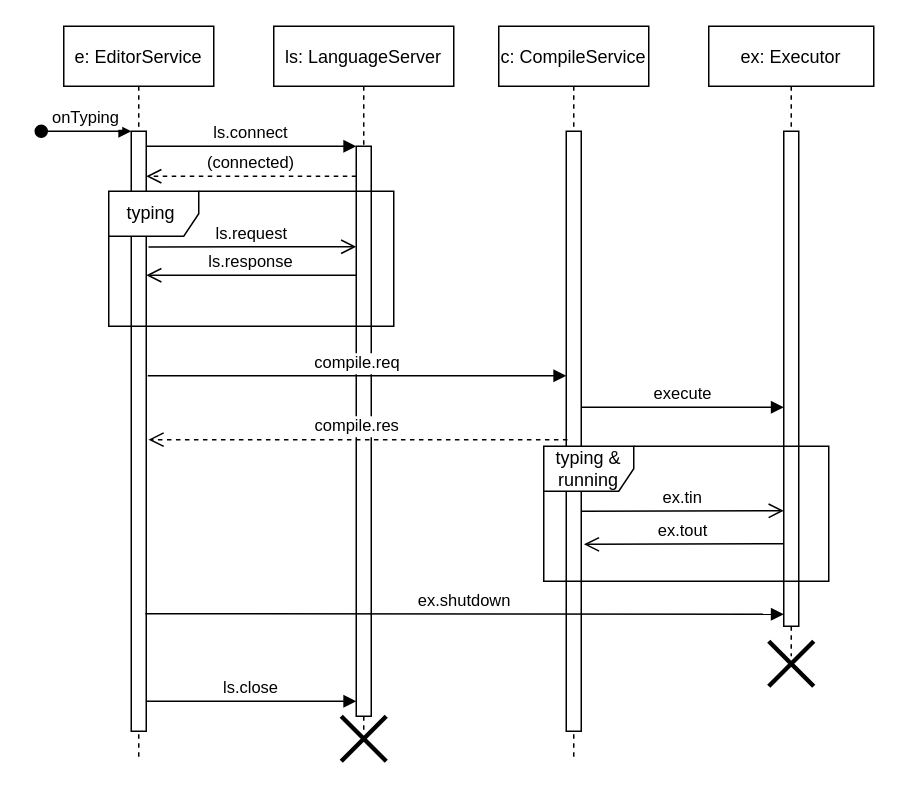
Before: Seq_OOA.drawio in gulang2019/ClaviCode-UML, a draw.io diagram. Source tidied: cells renumbered, new cells numbered last; positions are measured from the earlier drawing's top-left corner, leaving out a move shared by most shapes. Both pictures are drawn from the tidied source at 150%, with x=0, y=0 at pixel (40, 26).
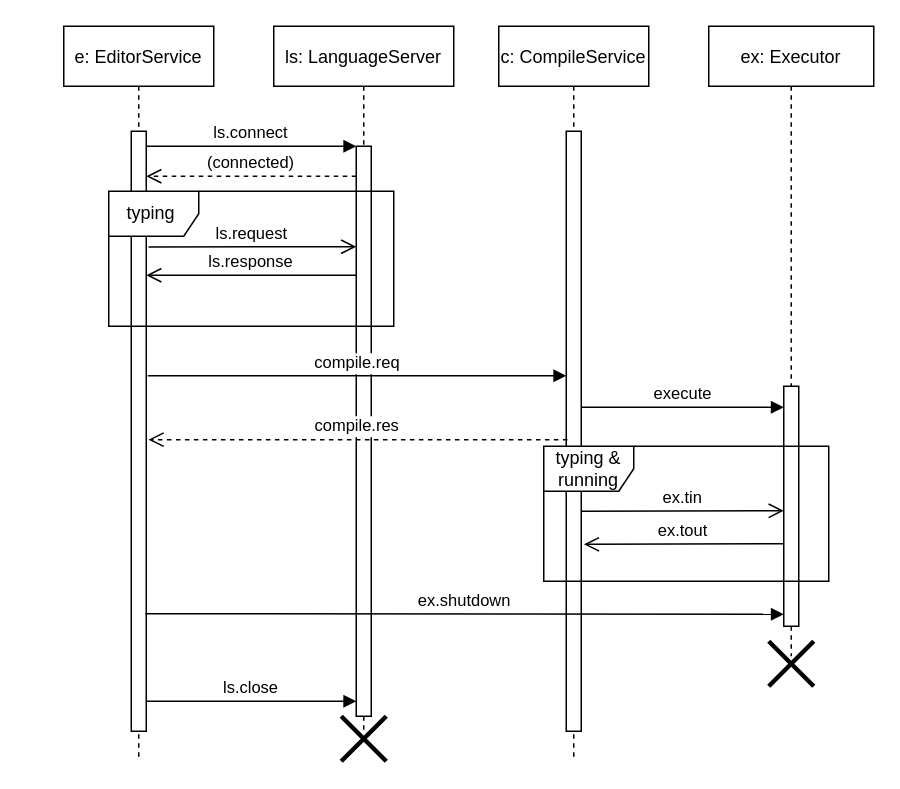
After the change.

The change refers to these unchanged cells:
```xml
<mxCell id="2" value="e: EditorService" style="shape=umlLifeline;perimeter=lifelinePerimeter;rounded=0;shadow=0;strokeWidth=1;" parent="1" vertex="1">
  <mxGeometry x="15" width="100" height="490" as="geometry" />
</mxCell>
<mxCell id="3" style="points=[];perimeter=orthogonalPerimeter;rounded=0;shadow=0;strokeWidth=1;" parent="2" vertex="1">
  <mxGeometry x="45" y="70" width="10" height="400" as="geometry" />
</mxCell>
<mxCell id="17" value="ex: Executor" style="shape=umlLifeline;perimeter=lifelinePerimeter;rounded=0;shadow=0;strokeWidth=1;" parent="1" vertex="1">
  <mxGeometry x="445" width="110" height="420" as="geometry" />
</mxCell>
```

What changed in the source:
```diff
@@
-    <mxCell id="4" value="onTyping" style="verticalAlign=bottom;startArrow=oval;endArrow=block;startSize=8;shadow=0;strokeWidth=1;" parent="2" edge="1" target="3">
-      <mxGeometry relative="1" as="geometry">
-        <mxPoint x="-15" y="70" as="sourcePoint" />
-      </mxGeometry>
-    </mxCell>
@@
     <mxCell id="18" style="perimeter=orthogonalPerimeter;rounded=0;shadow=0;strokeWidth=1;" parent="17" vertex="1">
-      <mxGeometry x="50" y="70" width="10" height="330" as="geometry" />
+      <mxGeometry x="50" y="240" width="10" height="160" as="geometry" />
     </mxCell>
```
